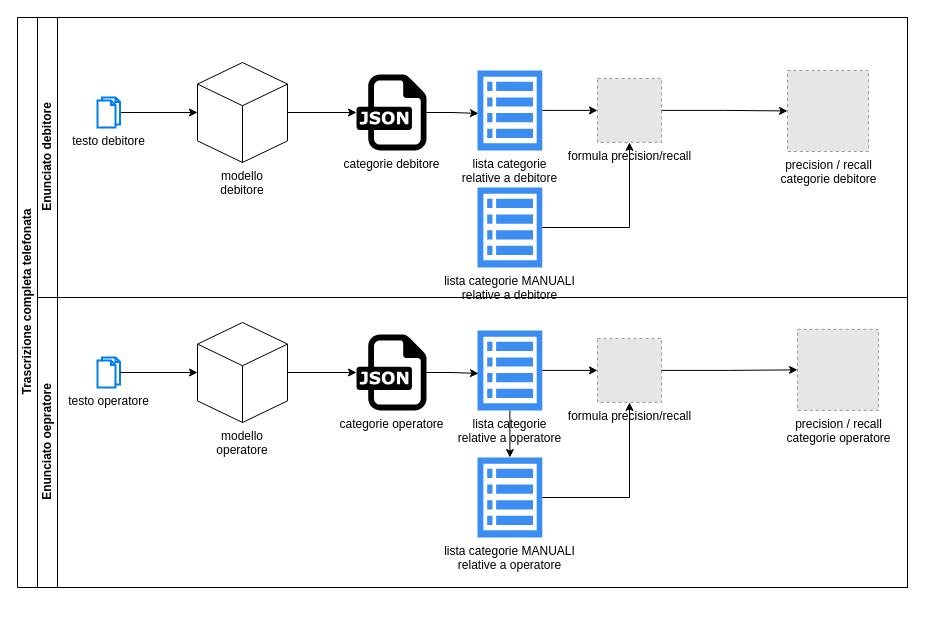
Earlier version of the draw.io diagram Untitled Diagram.drawio (c0pper/word_comments_to_platform_ann). Source tidied: cells renumbered, new cells numbered last; positions are measured from the earlier drawing's top-left corner, leaving out a move shared by most shapes. Both pictures are drawn from the tidied source at 100%, with x=0, y=0 at pixel (17, 17). Pictures stored in the file or linked from it are replaced by grey dashed boxes.
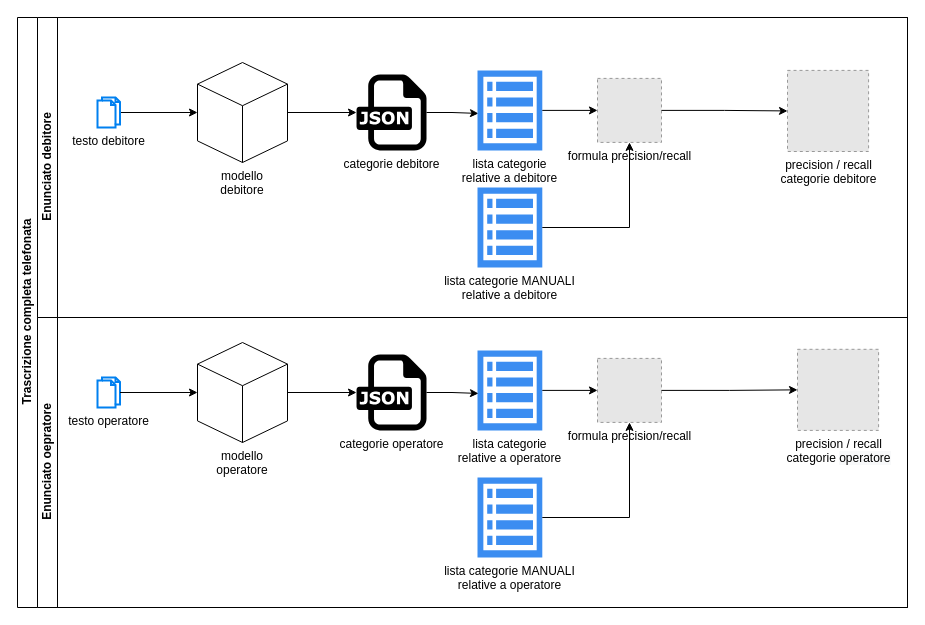
The same diagram, later.

The change refers to these unchanged cells:
```xml
<mxCell id="24" value="lista categorie &lt;br&gt;relative a operatore" style="sketch=0;html=1;strokeColor=none;shadow=0;align=center;verticalAlign=top;fillColor=#3B8DF1;shape=mxgraph.gcp2.view_list;labelPosition=center;verticalLabelPosition=bottom;" parent="17" vertex="1">
  <mxGeometry x="440" y="32.9" width="64.8" height="80" as="geometry" />
</mxCell>
<mxCell id="27" value="lista categorie MANUALI&lt;br&gt;relative a operatore" style="sketch=0;html=1;strokeColor=none;shadow=0;align=center;verticalAlign=top;fillColor=#3B8DF1;shape=mxgraph.gcp2.view_list;labelPosition=center;verticalLabelPosition=bottom;" parent="17" vertex="1">
  <mxGeometry x="440" y="160" width="64.8" height="80" as="geometry" />
</mxCell>
```

What changed in the source:
```diff
@@
     <mxCell id="2" value="Trascrizione completa telefonata" style="swimlane;horizontal=0;startSize=20;html=1;" parent="1" vertex="1">
-      <mxGeometry width="890" height="570" as="geometry" />
+      <mxGeometry width="890" height="590" as="geometry" />
     </mxCell>
     <mxCell id="3" value="Enunciato debitore" style="swimlane;startSize=20;horizontal=0;html=1;" parent="2" vertex="1">
-      <mxGeometry x="20" width="870" height="280" as="geometry" />
+      <mxGeometry x="20" width="870" height="300" as="geometry" />
     </mxCell>
@@
     <mxCell id="17" value="Enunciato oepratore" style="swimlane;startSize=20;horizontal=0;html=1;" parent="2" vertex="1">
-      <mxGeometry x="20" y="280" width="870" height="290" as="geometry" />
+      <mxGeometry x="20" y="300" width="870" height="290" as="geometry" />
     </mxCell>
@@
-    <mxCell id="23" style="edgeStyle=orthogonalEdgeStyle;rounded=0;jettySize=auto;html=1;" parent="17" edge="1" source="24" target="27">
-      <mxGeometry relative="1" as="geometry" />
-    </mxCell>
```
